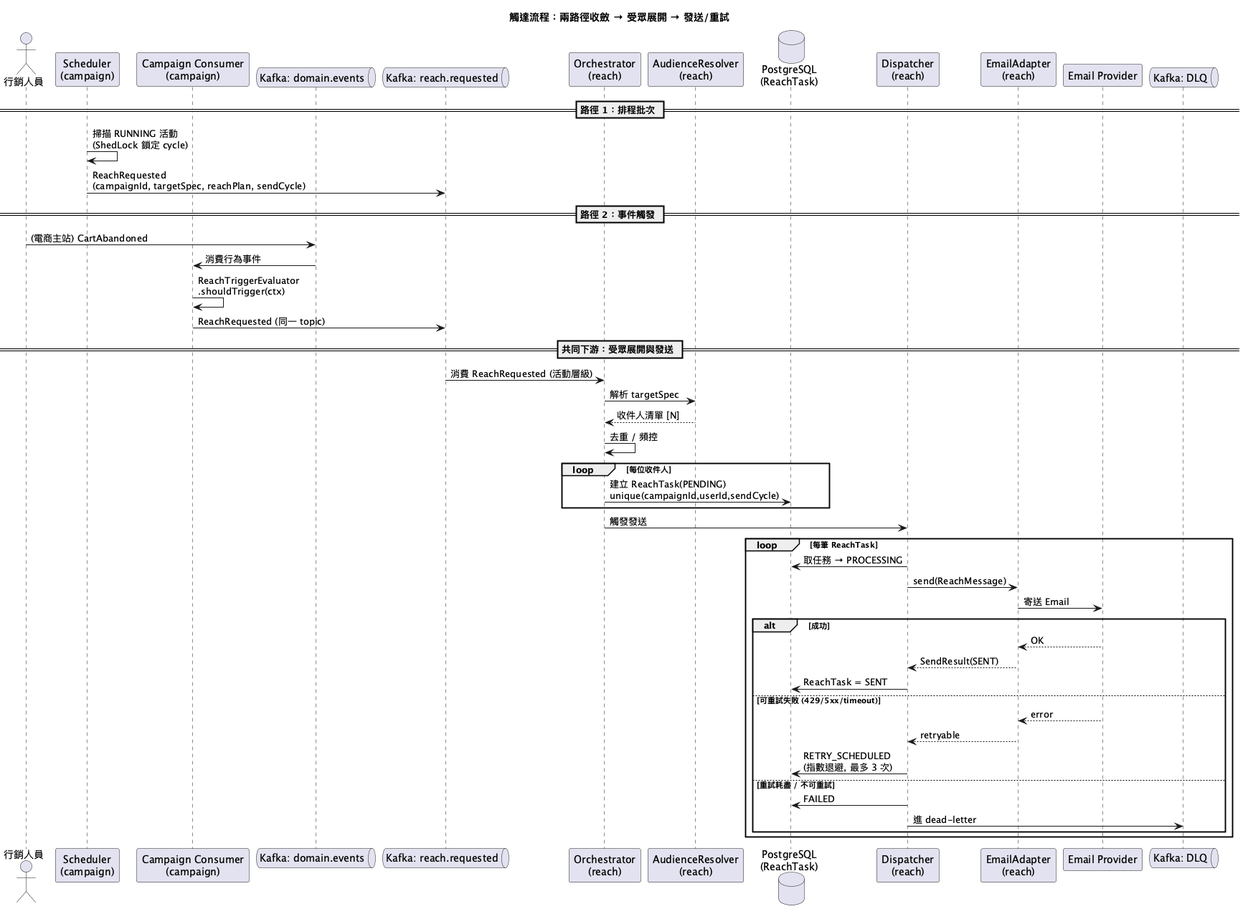
Above: openspec/changes/add-ecommerce-campaign-system/diagrams/01-sequence-reach-flow.png in BIBIOTA/campaign-reach-system (PlantUML), before the change.
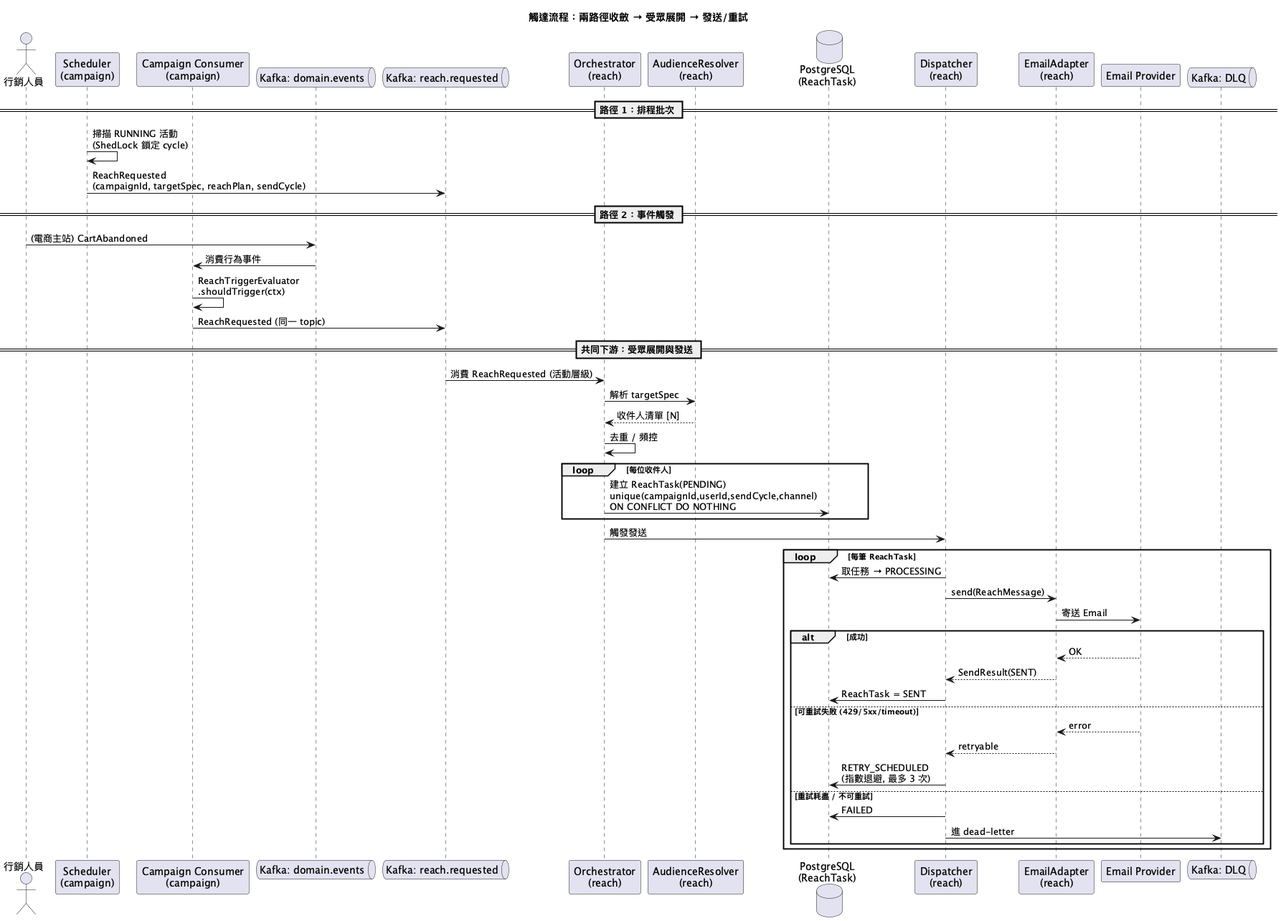
Later version of the same file.

Change to the diagram source:
```diff
@@ -30,7 +30,7 @@
 AR --> ORC : 收件人清單 [N]
 ORC -> ORC : 去重 / 頻控
 loop 每位收件人
-  ORC -> DB : 建立 ReachTask(PENDING)\nunique(campaignId,userId,sendCycle)
+  ORC -> DB : 建立 ReachTask(PENDING)\nunique(campaignId,userId,sendCycle,channel)\nON CONFLICT DO NOTHING
 end
 ORC -> DSP : 觸發發送
 
```
